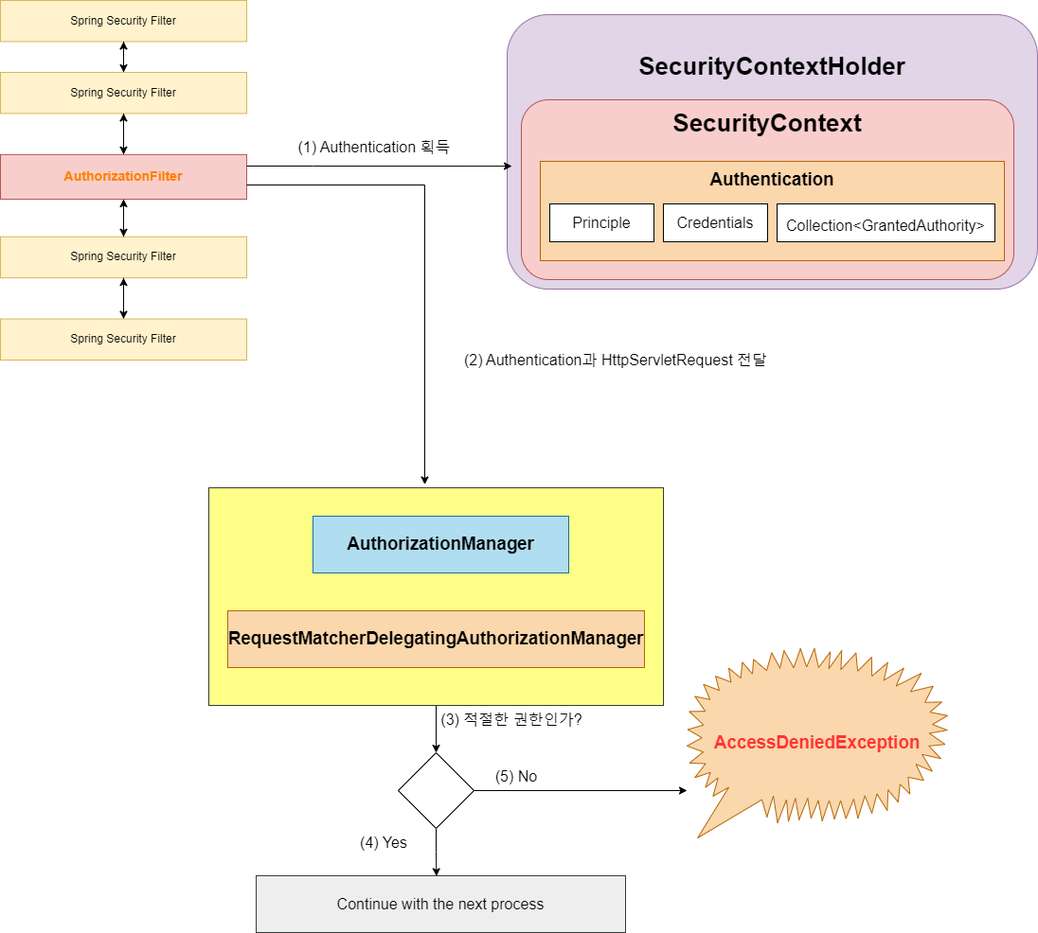
SsangSoo/TIL_SsangSoo keeps this draw.io diagram as painting/SpringSecurity의 컴포넌트로 보는 권한 부여흐름.drawio.png. Above is the earlier version. Source tidied: cells renumbered, new cells last; positions are measured from the earlier drawing's top-left corner, leaving out a move shared by most shapes. The source it was exported from:
```xml
<mxGraphModel>
  <root>
    <mxCell id="0" />
    <mxCell id="1" parent="0" />
    <mxCell id="2" style="group;" parent="1" vertex="1">
      <mxGeometry width="260" height="380" as="geometry" />
    </mxCell>
    <mxCell id="3" value="Spring Security Filter" style="rounded=0;whiteSpace=wrap;html=1;fillColor=#fff2cc;strokeColor=#d6b656;" parent="2" vertex="1">
      <mxGeometry width="260" height="43.4" as="geometry" />
    </mxCell>
    <mxCell id="4" value="Spring Security Filter" style="rounded=0;whiteSpace=wrap;html=1;fillColor=#fff2cc;strokeColor=#d6b656;" parent="2" vertex="1">
      <mxGeometry y="249.7" width="260" height="43.4" as="geometry" />
    </mxCell>
    <mxCell id="5" style="edgeStyle=orthogonalEdgeStyle;rounded=0;jettySize=auto;html=1;fontColor=#FF8000;" parent="2" edge="1" source="6" target="3">
      <mxGeometry relative="1" as="geometry" />
    </mxCell>
    <mxCell id="6" value="Spring Security Filter" style="rounded=0;whiteSpace=wrap;html=1;fillColor=#fff2cc;strokeColor=#d6b656;" parent="2" vertex="1">
      <mxGeometry y="76" width="260" height="43.4" as="geometry" />
    </mxCell>
    <mxCell id="7" style="edgeStyle=orthogonalEdgeStyle;rounded=0;jettySize=auto;html=1;fontColor=#FF8000;" parent="2" edge="1" source="3" target="6">
      <mxGeometry relative="1" as="geometry" />
    </mxCell>
    <mxCell id="8" style="edgeStyle=orthogonalEdgeStyle;rounded=0;jettySize=auto;html=1;fontColor=#FF8000;" parent="2" edge="1" source="9" target="4">
      <mxGeometry relative="1" as="geometry" />
    </mxCell>
    <mxCell id="9" value="Spring Security Filter" style="rounded=0;whiteSpace=wrap;html=1;fillColor=#fff2cc;strokeColor=#d6b656;" parent="2" vertex="1">
      <mxGeometry y="336.6" width="260" height="43.4" as="geometry" />
    </mxCell>
    <mxCell id="10" style="edgeStyle=orthogonalEdgeStyle;rounded=0;jettySize=auto;html=1;fontColor=#FF8000;" parent="2" edge="1" source="4" target="9">
      <mxGeometry relative="1" as="geometry" />
    </mxCell>
    <mxCell id="11" style="edgeStyle=orthogonalEdgeStyle;rounded=0;jettySize=auto;html=1;fontColor=#FF8000;" parent="2" edge="1" source="13" target="4">
      <mxGeometry relative="1" as="geometry" />
    </mxCell>
    <mxCell id="12" style="edgeStyle=orthogonalEdgeStyle;rounded=0;jettySize=auto;html=1;fontColor=#FF8000;" parent="2" edge="1" source="13" target="6">
      <mxGeometry relative="1" as="geometry" />
    </mxCell>
    <mxCell id="13" value="&lt;h3&gt;&lt;b&gt;&lt;font color=&quot;#ff8000&quot;&gt;AuthorizationFilter&lt;/font&gt;&lt;/b&gt;&lt;/h3&gt;" style="rounded=0;whiteSpace=wrap;html=1;fillColor=#f8cecc;strokeColor=#b85450;" parent="2" vertex="1">
      <mxGeometry y="162.9" width="260" height="47.1" as="geometry" />
    </mxCell>
    <mxCell id="14" style="edgeStyle=orthogonalEdgeStyle;rounded=0;jettySize=auto;html=1;fontColor=#FF8000;" parent="2" edge="1" source="4" target="13">
      <mxGeometry relative="1" as="geometry" />
    </mxCell>
    <mxCell id="15" style="edgeStyle=orthogonalEdgeStyle;rounded=0;jettySize=auto;html=1;fontColor=#FF8000;" parent="2" edge="1" source="6" target="13">
      <mxGeometry relative="1" as="geometry" />
    </mxCell>
    <mxCell id="16" style="edgeStyle=orthogonalEdgeStyle;rounded=0;jettySize=auto;html=1;entryX=0.5;entryY=0;entryDx=0;entryDy=0;fontSize=16;fontColor=#000000;" parent="1" edge="1" source="17" target="31">
      <mxGeometry relative="1" as="geometry" />
    </mxCell>
    <mxCell id="17" style="rounded=0;whiteSpace=wrap;html=1;fontSize=16;fillColor=#ffff88;strokeColor=#36393d;" parent="1" vertex="1">
      <mxGeometry x="220" y="515" width="480" height="230" as="geometry" />
    </mxCell>
    <mxCell id="18" value="&lt;h3&gt;AuthorizationManager&lt;/h3&gt;" style="rounded=0;whiteSpace=wrap;html=1;fontSize=16;fillColor=#b1ddf0;strokeColor=#10739e;" parent="1" vertex="1">
      <mxGeometry x="330" y="545" width="270" height="60" as="geometry" />
    </mxCell>
    <mxCell id="19" value="&lt;h3&gt;RequestMatcherDelegatingAuthorizationManager&lt;/h3&gt;" style="rounded=0;whiteSpace=wrap;html=1;fontSize=16;fillColor=#fad7ac;strokeColor=#b46504;" parent="1" vertex="1">
      <mxGeometry x="240" y="645" width="440" height="60" as="geometry" />
    </mxCell>
    <mxCell id="20" style="rounded=1;whiteSpace=wrap;html=1;fillColor=#e1d5e7;strokeColor=#9673a6;" parent="1" vertex="1">
      <mxGeometry x="535" y="15" width="560" height="290" as="geometry" />
    </mxCell>
    <mxCell id="21" style="rounded=1;whiteSpace=wrap;html=1;fillColor=#f8cecc;strokeColor=#b85450;" parent="1" vertex="1">
      <mxGeometry x="550" y="105" width="520" height="190" as="geometry" />
    </mxCell>
    <mxCell id="22" value="&lt;b&gt;&lt;font style=&quot;font-size: 26px;&quot; color=&quot;#000000&quot;&gt;SecurityContextHolder&lt;/font&gt;&lt;/b&gt;" style="text;html=1;strokeColor=none;fillColor=none;align=center;verticalAlign=middle;whiteSpace=wrap;rounded=0;fontColor=#FF8000;" parent="1" vertex="1">
      <mxGeometry x="785" y="55" width="60" height="30" as="geometry" />
    </mxCell>
    <mxCell id="23" value="&lt;b&gt;&lt;font style=&quot;font-size: 26px;&quot; color=&quot;#000000&quot;&gt;SecurityContext&lt;/font&gt;&lt;/b&gt;" style="text;html=1;strokeColor=none;fillColor=none;align=center;verticalAlign=middle;whiteSpace=wrap;rounded=0;fontColor=#FF8000;" parent="1" vertex="1">
      <mxGeometry x="780" y="115" width="60" height="30" as="geometry" />
    </mxCell>
    <mxCell id="24" style="rounded=0;whiteSpace=wrap;html=1;fontSize=26;fillColor=#fad7ac;strokeColor=#b46504;" parent="1" vertex="1">
      <mxGeometry x="570" y="170" width="490" height="105" as="geometry" />
    </mxCell>
    <mxCell id="25" value="Principle" style="rounded=0;whiteSpace=wrap;html=1;fontSize=16;fontColor=#000000;" parent="1" vertex="1">
      <mxGeometry x="580" y="215" width="110" height="40" as="geometry" />
    </mxCell>
    <mxCell id="26" value="Credentials" style="rounded=0;whiteSpace=wrap;html=1;fontSize=16;fontColor=#000000;" parent="1" vertex="1">
      <mxGeometry x="700" y="215" width="110" height="40" as="geometry" />
    </mxCell>
    <mxCell id="27" value="&lt;span style=&quot;font-size: 16px;&quot;&gt;Collection&amp;lt;GrantedAuthority&amp;gt;&lt;/span&gt;" style="rounded=0;whiteSpace=wrap;html=1;fontSize=26;fontColor=#000000;" parent="1" vertex="1">
      <mxGeometry x="820" y="215" width="230" height="40" as="geometry" />
    </mxCell>
    <mxCell id="28" value="&lt;h3&gt;Authentication&lt;/h3&gt;" style="text;html=1;strokeColor=none;fillColor=none;align=center;verticalAlign=middle;whiteSpace=wrap;rounded=0;fontSize=16;fontColor=#000000;fontStyle=1;" parent="1" vertex="1">
      <mxGeometry x="725" y="175" width="180" height="30" as="geometry" />
    </mxCell>
    <mxCell id="29" style="edgeStyle=orthogonalEdgeStyle;rounded=0;jettySize=auto;html=1;entryX=0.488;entryY=0.008;entryDx=0;entryDy=0;entryPerimeter=0;fontSize=16;fontColor=#000000;" parent="1" edge="1" source="31" target="32">
      <mxGeometry relative="1" as="geometry" />
    </mxCell>
    <mxCell id="30" style="edgeStyle=orthogonalEdgeStyle;rounded=0;jettySize=auto;html=1;fontSize=16;fontColor=#000000;" parent="1" edge="1" source="31">
      <mxGeometry relative="1" as="geometry">
        <mxPoint x="725" y="835" as="targetPoint" />
      </mxGeometry>
    </mxCell>
    <mxCell id="31" style="rhombus;whiteSpace=wrap;html=1;fontSize=16;fontColor=#000000;" parent="1" vertex="1">
      <mxGeometry x="420" y="795" width="80" height="80" as="geometry" />
    </mxCell>
    <mxCell id="32" value="Continue with the next process" style="rounded=0;whiteSpace=wrap;html=1;fontSize=16;fillColor=#eeeeee;strokeColor=#36393d;" parent="1" vertex="1">
      <mxGeometry x="270" y="925" width="390" height="60" as="geometry" />
    </mxCell>
    <mxCell id="33" style="edgeStyle=orthogonalEdgeStyle;rounded=0;jettySize=auto;html=1;fontSize=16;fontColor=#000000;entryX=0.475;entryY=-0.015;entryDx=0;entryDy=0;entryPerimeter=0;" parent="1" edge="1" target="17">
      <mxGeometry relative="1" as="geometry">
        <mxPoint x="260" y="195" as="sourcePoint" />
        <Array as="points">
          <mxPoint x="260" y="195" />
          <mxPoint x="448" y="195" />
        </Array>
      </mxGeometry>
    </mxCell>
    <mxCell id="34" style="edgeStyle=orthogonalEdgeStyle;rounded=0;jettySize=auto;html=1;fontSize=16;fontColor=#000000;entryX=0.009;entryY=0.552;entryDx=0;entryDy=0;entryPerimeter=0;" parent="1" edge="1" source="13" target="20">
      <mxGeometry relative="1" as="geometry">
        <Array as="points">
          <mxPoint x="330" y="175" />
          <mxPoint x="330" y="175" />
        </Array>
      </mxGeometry>
    </mxCell>
    <mxCell id="35" value="(1) Authentication 획득" style="text;html=1;strokeColor=none;fillColor=none;align=center;verticalAlign=middle;whiteSpace=wrap;rounded=0;fontSize=16;fontColor=#000000;" parent="1" vertex="1">
      <mxGeometry x="300" y="140" width="190" height="30" as="geometry" />
    </mxCell>
    <mxCell id="36" value="(2) Authentication과 HttpServletRequest 전달" style="text;html=1;strokeColor=none;fillColor=none;align=center;verticalAlign=middle;whiteSpace=wrap;rounded=0;fontSize=16;fontColor=#000000;" parent="1" vertex="1">
      <mxGeometry x="460" y="365" width="380" height="30" as="geometry" />
    </mxCell>
    <mxCell id="37" value="(3) 적절한 권한인가?" style="text;html=1;strokeColor=none;fillColor=none;align=center;verticalAlign=middle;whiteSpace=wrap;rounded=0;fontSize=16;fontColor=#000000;" parent="1" vertex="1">
      <mxGeometry x="460" y="745" width="160" height="30" as="geometry" />
    </mxCell>
    <mxCell id="38" value="(4) Yes" style="text;html=1;strokeColor=none;fillColor=none;align=center;verticalAlign=middle;whiteSpace=wrap;rounded=0;fontSize=16;fontColor=#000000;" parent="1" vertex="1">
      <mxGeometry x="360" y="875" width="90" height="30" as="geometry" />
    </mxCell>
    <mxCell id="39" value="(5) No" style="text;html=1;strokeColor=none;fillColor=none;align=center;verticalAlign=middle;whiteSpace=wrap;rounded=0;fontSize=16;fontColor=#000000;" parent="1" vertex="1">
      <mxGeometry x="500" y="805" width="90" height="30" as="geometry" />
    </mxCell>
    <mxCell id="40" value="&lt;h3 style=&quot;color: rgb(0, 0, 0);&quot;&gt;&lt;font color=&quot;#ff3333&quot;&gt;AccessDeniedException&lt;/font&gt;&lt;/h3&gt;" style="whiteSpace=wrap;html=1;shape=mxgraph.basic.loud_callout;fontSize=16;fillColor=#fad7ac;strokeColor=#b46504;" parent="1" vertex="1">
      <mxGeometry x="725" y="685" width="275" height="200" as="geometry" />
    </mxCell>
  </root>
</mxGraphModel>
```
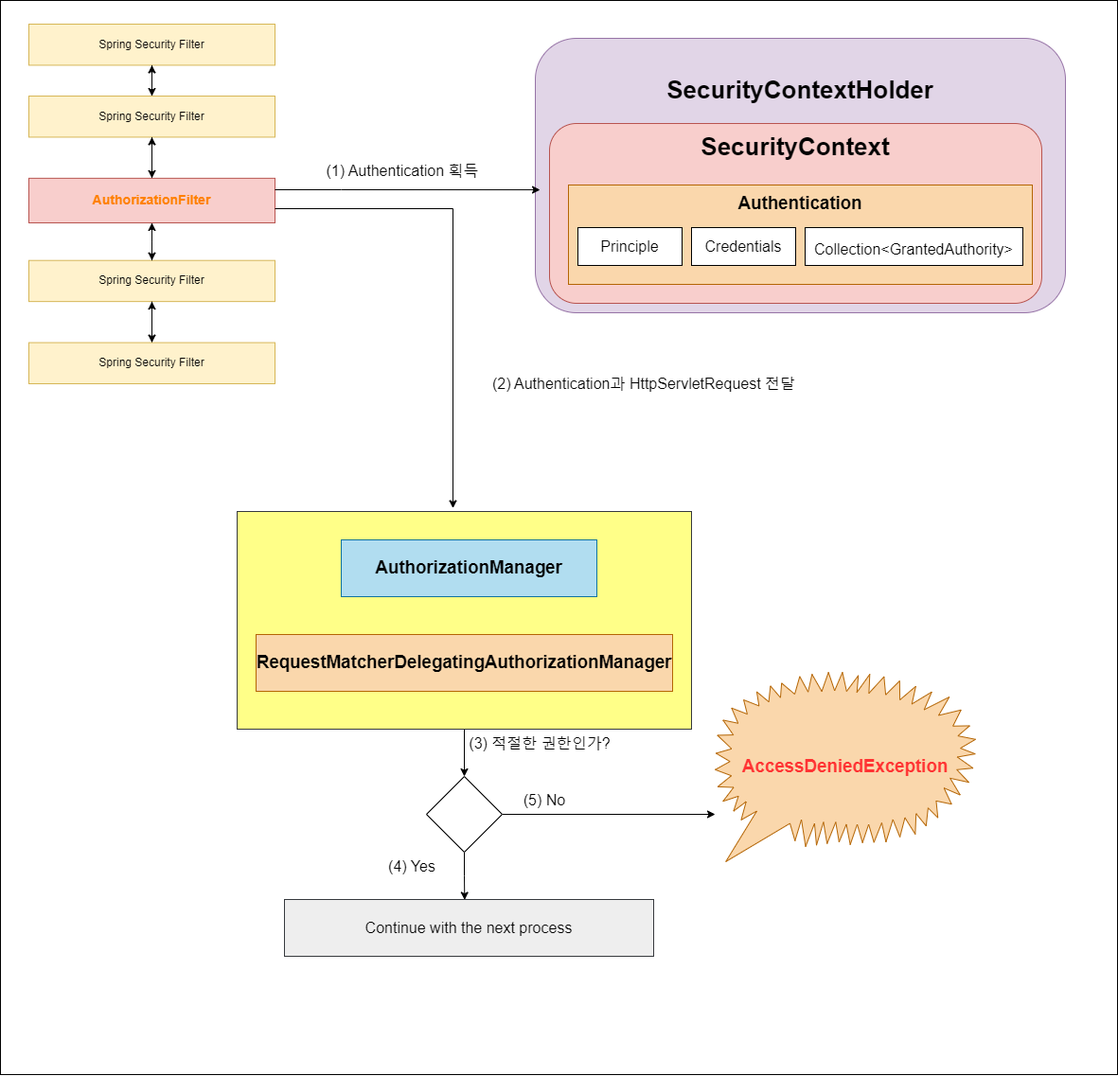
Above is the later version.

Change to the diagram source:
```diff
@@ -3,8 +3,11 @@
     <mxCell id="0" />
     <mxCell id="1" parent="0" />
     <mxCell id="2" style="group;" parent="1" vertex="1">
-      <mxGeometry width="260" height="380" as="geometry" />
+      <mxGeometry width="1150" height="1110" as="geometry" />
     </mxCell>
+    <mxCell id="41" style="rounded=0;whiteSpace=wrap;html=1;" parent="2" vertex="1">
+      <mxGeometry x="-30" y="-25" width="1180" height="1135" as="geometry" />
+    </mxCell>
     <mxCell id="3" value="Spring Security Filter" style="rounded=0;whiteSpace=wrap;html=1;fillColor=#fff2cc;strokeColor=#d6b656;" parent="2" vertex="1">
       <mxGeometry width="260" height="43.4" as="geometry" />
     </mxCell>
```
